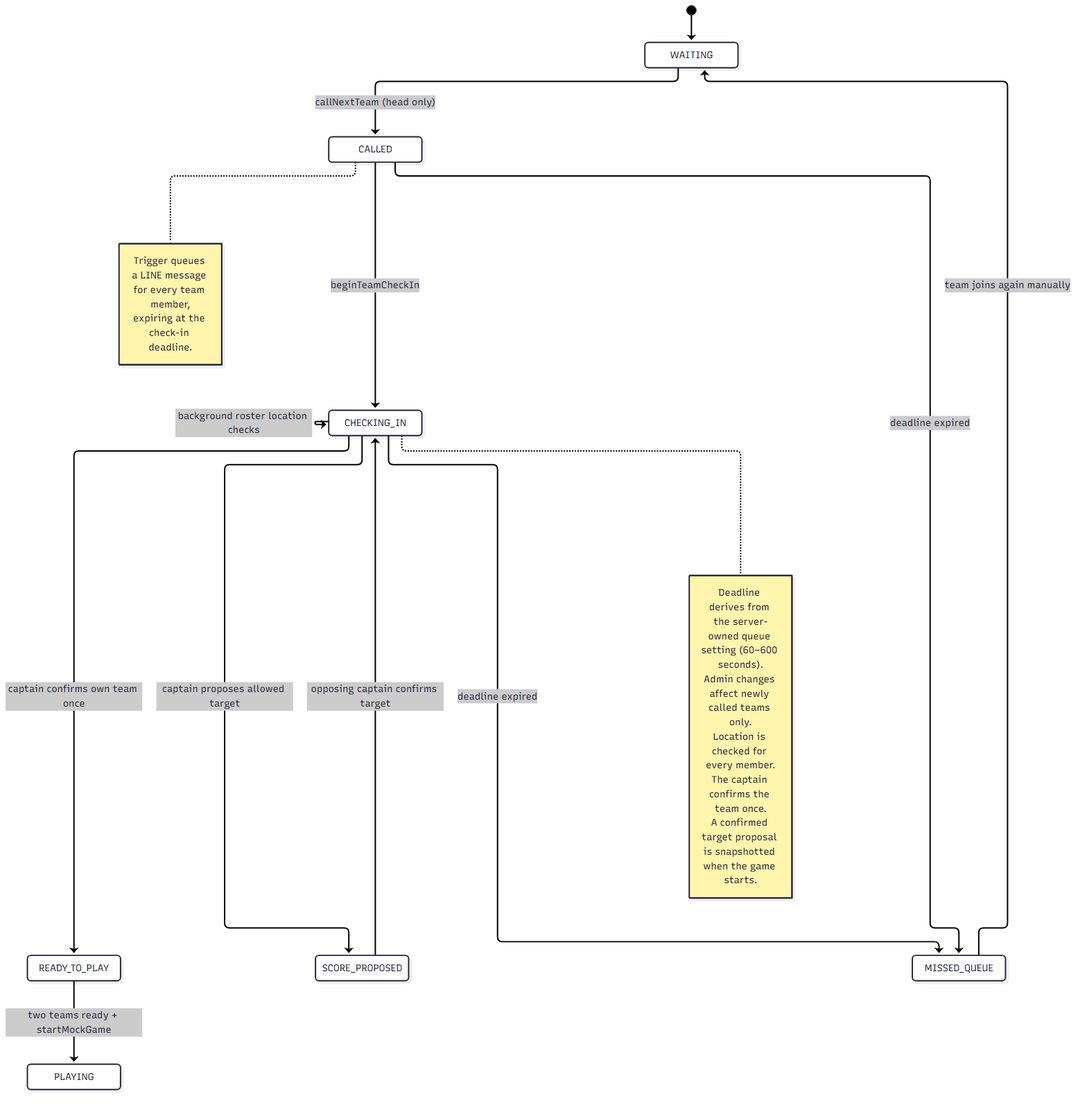
The Mermaid diagram docs/diagrams/rendered/queue-checkin-flow.png in Nokpednam/MeQ-web-app, before a commit. Its source is kept beside it as docs/diagrams/queue-checkin-flow.mmd.
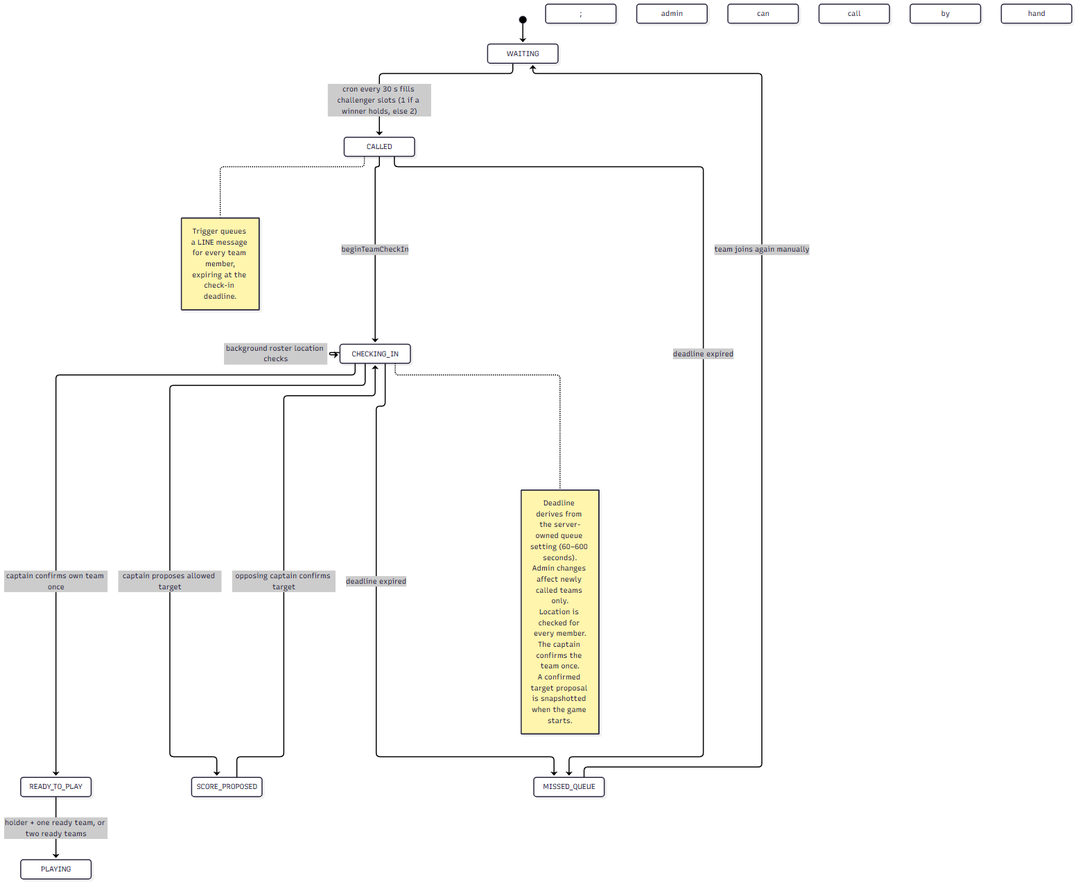
After the commit.

What changed in the source:
```diff
@@ -1,6 +1,6 @@
 stateDiagram-v2
   [*] --> WAITING
-  WAITING --> CALLED: callNextTeam (head only)
+  WAITING --> CALLED: cron every 30 s fills challenger slots (1 if a winner holds, else 2); admin can call by hand
   note right of CALLED
     Trigger queues a LINE message for every team member,
     expiring at the check-in deadline.
@@ -12,7 +12,7 @@
   SCORE_PROPOSED --> CHECKING_IN: opposing captain confirms target
   CALLED --> MISSED_QUEUE: deadline expired
   CHECKING_IN --> MISSED_QUEUE: deadline expired
-  READY_TO_PLAY --> PLAYING: two teams ready + startMockGame
+  READY_TO_PLAY --> PLAYING: holder + one ready team, or two ready teams
   MISSED_QUEUE --> WAITING: team joins again manually
 
   note right of CHECKING_IN
```
